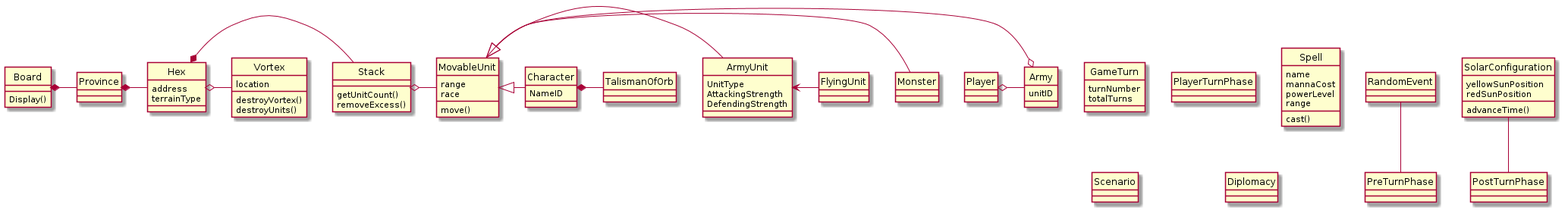
This is src/ClassDiagrams/overview.png from bigwookiee/CS383, a PlantUML export, as it was before one commit.
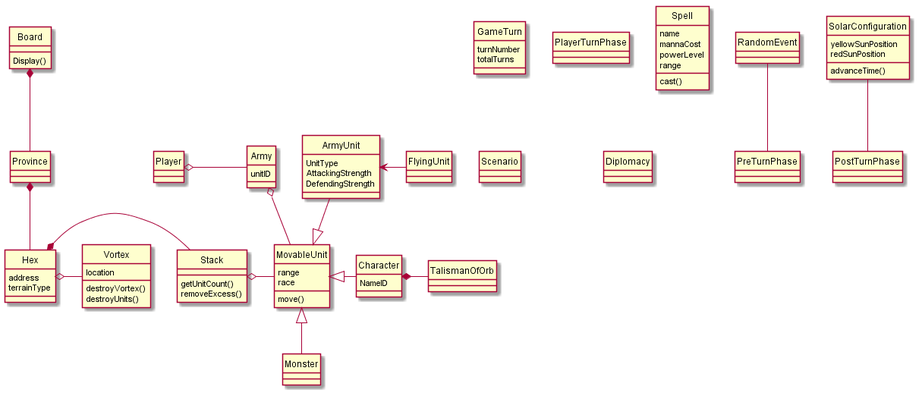
Above is the later version.

What changed in the source:
```diff
@@ -1,21 +1,22 @@
 @startuml
 hide circle
 
-Board *- Province
-Province *- Hex
+Board *-- Province
+Province *-- Hex
 Hex *- Stack
 Hex o- Vortex
 
 Stack o- MovableUnit
-Army o- MovableUnit
+Army o-- MovableUnit
 Player o- Army
 
 RandomEvent -- PreTurnPhase
 SolarConfiguration -- PostTurnPhase
 
-MovableUnit <|- Monster
-MovableUnit <|- ArmyUnit
+MovableUnit <|-- Monster
+ArmyUnit --|> MovableUnit
 MovableUnit <|- Character
+
 
 class GameTurn {
 turnNumber
```
